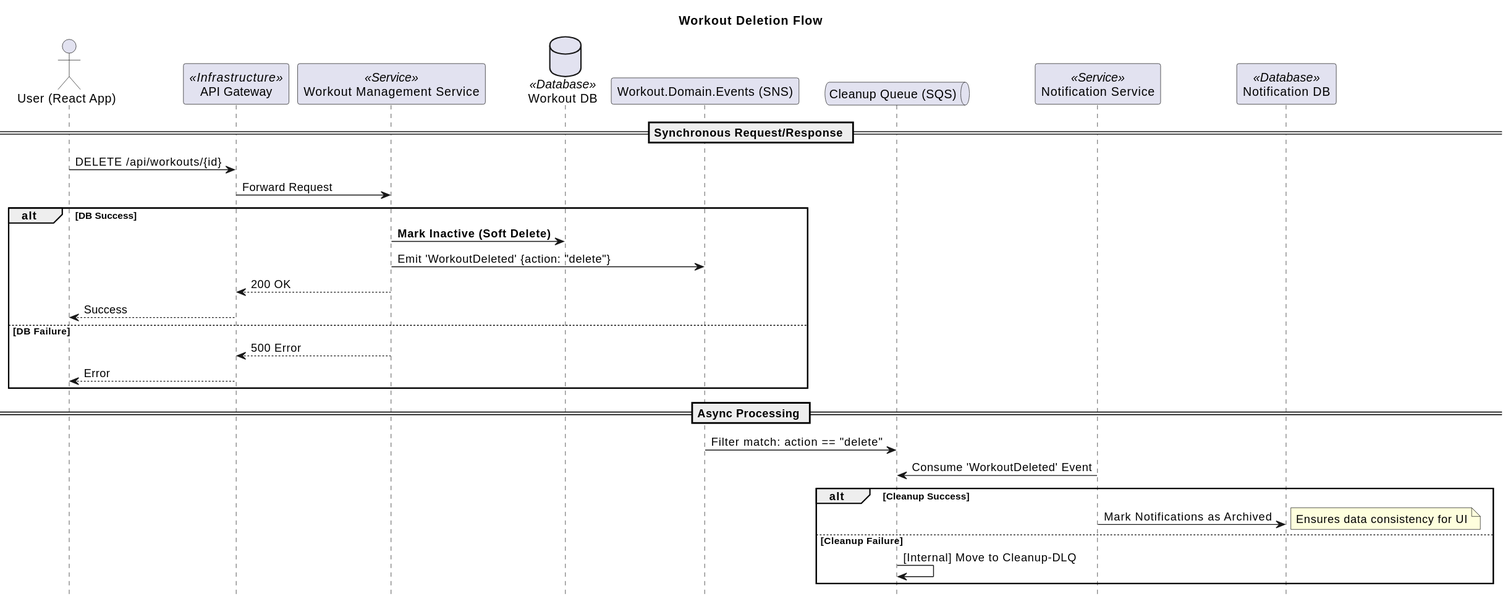
Earlier version of the PlantUML export docs/images/out/workout-delete.svg (apratt3377/fitness-tracker-architecture-diagram). Its diagram source:
```plantuml
@startuml
hide footbox
title Workout Deletion Flow

actor "User (React App)" as C
participant "API Gateway" as APIG <<Infrastructure>>

participant "Workout Management Service" as WS <<Service>>
database "Workout DB" as WDB <<Database>>

participant "Workout.Domain.Events (SNS)" as WTSNS
queue "Cleanup Queue (SQS)" as CQ

participant "Notification Service" as NS <<Service>>
participant "Notification DB" as NDB <<Database>>

== Synchronous Request/Response ==

C -> APIG : DELETE /api/workouts/{id}
APIG -> WS : Forward Request

alt DB Success
    WS -> WDB : **Mark Inactive (Soft Delete)**

    WS -> WTSNS : Emit 'WorkoutDeleted' {action: "delete"}

    WS --> APIG : 200 OK
    APIG --> C : Success
else DB Failure
    WS --> APIG : 500 Error
    APIG --> C : Error
end

== Async Processing ==

WTSNS -> CQ : Filter match: action == "delete"

NS -> CQ : Consume 'WorkoutDeleted' Event

alt Cleanup Success
    NS -> NDB : Mark Notifications as Archived
    note right: Ensures data consistency for UI
else Cleanup Failure
    CQ -> CQ : [Internal] Move to Cleanup-DLQ
end
@enduml
```
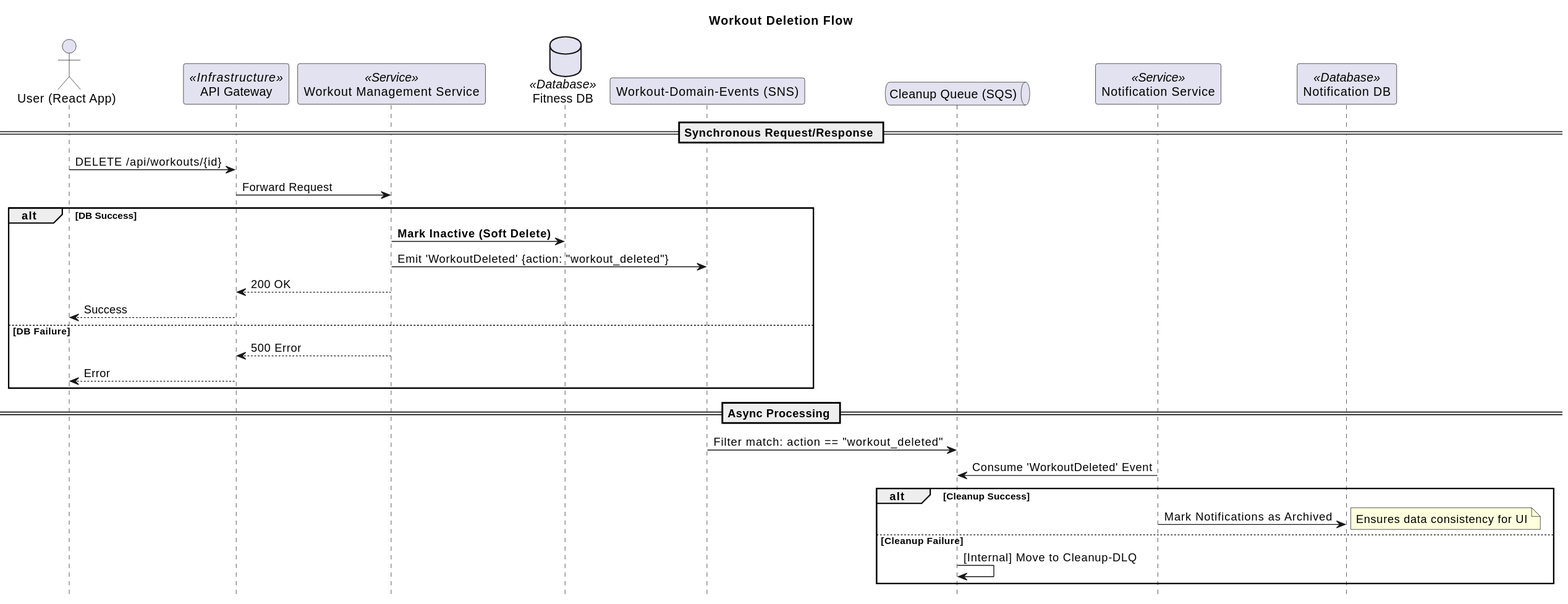
The same diagram one commit later.

What changed in the source:
```diff
@@ -6,9 +6,9 @@
 participant "API Gateway" as APIG <<Infrastructure>>
 
 participant "Workout Management Service" as WS <<Service>>
-database "Workout DB" as WDB <<Database>>
+database "Fitness DB" as WDB <<Database>>
 
-participant "Workout.Domain.Events (SNS)" as WTSNS
+participant "Workout-Domain-Events (SNS)" as WTSNS
 queue "Cleanup Queue (SQS)" as CQ
 
 participant "Notification Service" as NS <<Service>>
@@ -22,7 +22,7 @@
 alt DB Success
     WS -> WDB : **Mark Inactive (Soft Delete)**
 
-    WS -> WTSNS : Emit 'WorkoutDeleted' {action: "delete"}
+    WS -> WTSNS : Emit 'WorkoutDeleted' {action: "workout_deleted"}
 
     WS --> APIG : 200 OK
     APIG --> C : Success
@@ -33,7 +33,7 @@
 
 == Async Processing ==
 
-WTSNS -> CQ : Filter match: action == "delete"
+WTSNS -> CQ : Filter match: action == "workout_deleted"
 
 NS -> CQ : Consume 'WorkoutDeleted' Event
 
```
